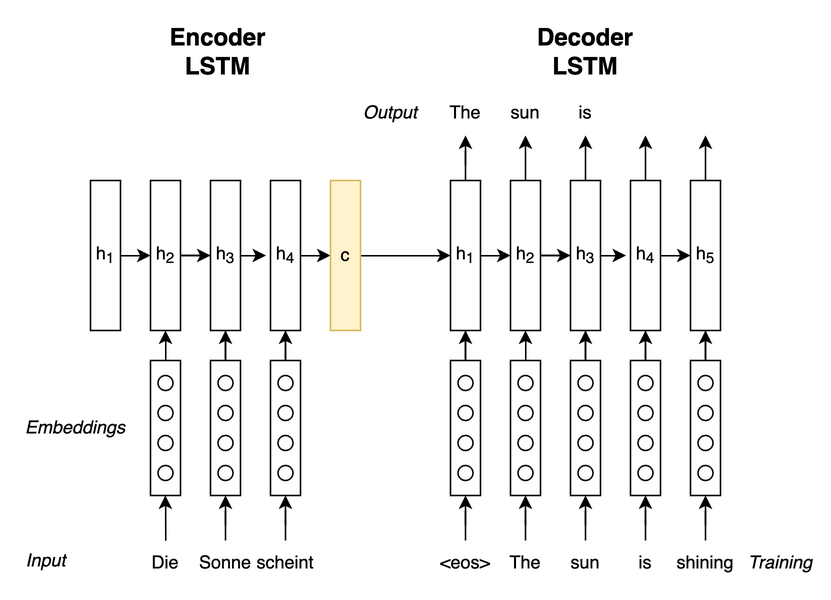
omseeth/omseeth.github.io keeps this draw.io diagram as assets/img/seq2seq_en.png. Above is the earlier version. Source tidied: cells renumbered, new cells last; positions are measured from the earlier drawing's top-left corner, leaving out a move shared by most shapes.
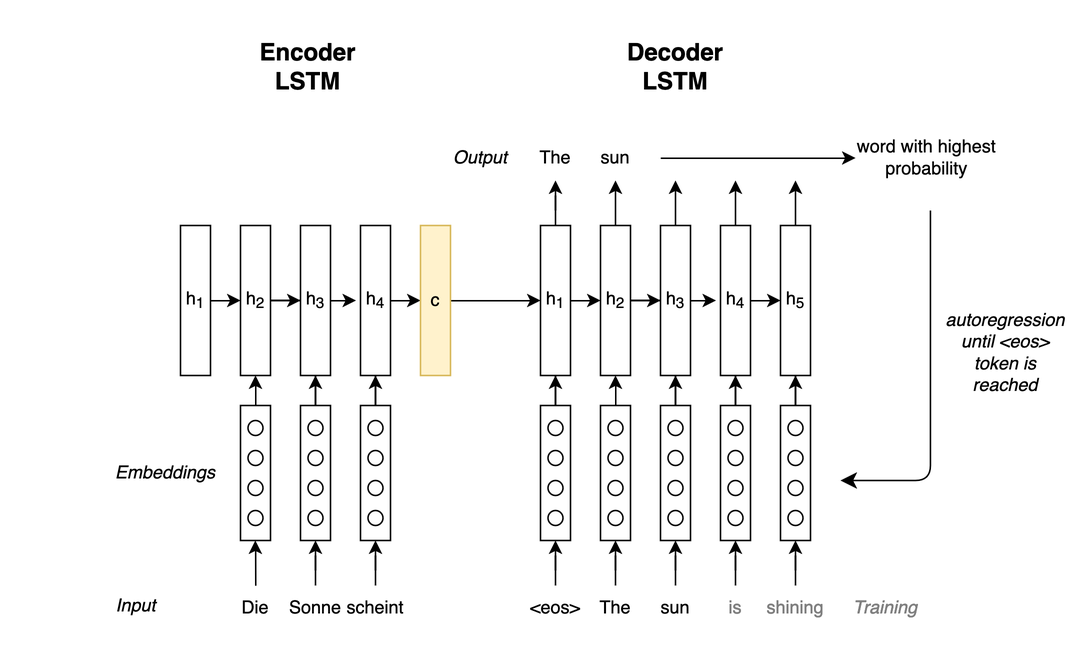
After the change.

The edit, as a diff of the source:
```diff
@@ -3,7 +3,7 @@
     <mxCell id="0" />
     <mxCell id="1" parent="0" />
     <mxCell id="2" style="rounded=0;whiteSpace=wrap;html=1;strokeColor=none;" parent="1" vertex="1">
-      <mxGeometry width="554" height="400" as="geometry" />
+      <mxGeometry x="-60" y="-30" width="720" height="430" as="geometry" />
     </mxCell>
     <mxCell id="3" style="edgeStyle=orthogonalEdgeStyle;rounded=0;jettySize=auto;html=1;entryX=0;entryY=0.5;entryDx=0;entryDy=0;" parent="1" edge="1" source="4" target="5">
       <mxGeometry relative="1" as="geometry" />
@@ -229,7 +229,7 @@
     <mxCell id="72" style="edgeStyle=orthogonalEdgeStyle;rounded=0;jettySize=auto;html=1;entryX=0.5;entryY=1;entryDx=0;entryDy=0;" parent="1" edge="1" source="73" target="63">
       <mxGeometry relative="1" as="geometry" />
     </mxCell>
-    <mxCell id="73" value="is" style="text;html=1;align=center;verticalAlign=middle;whiteSpace=wrap;rounded=0;" parent="1" vertex="1">
+    <mxCell id="73" value="&lt;font color=&quot;#808080&quot;&gt;is&lt;/font&gt;" style="text;html=1;align=center;verticalAlign=middle;whiteSpace=wrap;rounded=0;" parent="1" vertex="1">
       <mxGeometry x="400" y="360" width="60" height="30" as="geometry" />
     </mxCell>
     <mxCell id="74" style="edgeStyle=orthogonalEdgeStyle;rounded=0;jettySize=auto;html=1;" parent="1" edge="1" source="75" target="48">
@@ -271,7 +271,7 @@
     <mxCell id="86" style="edgeStyle=orthogonalEdgeStyle;rounded=0;jettySize=auto;html=1;entryX=0.5;entryY=1;entryDx=0;entryDy=0;" parent="1" edge="1" source="87" target="81">
       <mxGeometry relative="1" as="geometry" />
     </mxCell>
-    <mxCell id="87" value="shining" style="text;html=1;align=center;verticalAlign=middle;whiteSpace=wrap;rounded=0;" parent="1" vertex="1">
+    <mxCell id="87" value="&lt;font color=&quot;#808080&quot;&gt;shining&lt;/font&gt;" style="text;html=1;align=center;verticalAlign=middle;whiteSpace=wrap;rounded=0;" parent="1" vertex="1">
       <mxGeometry x="440" y="360" width="60" height="30" as="geometry" />
     </mxCell>
     <mxCell id="88" style="edgeStyle=orthogonalEdgeStyle;rounded=0;jettySize=auto;html=1;entryX=0.5;entryY=1;entryDx=0;entryDy=0;" parent="1" edge="1" source="89" target="75">
@@ -283,12 +283,12 @@
     <mxCell id="90" value="The" style="text;html=1;align=center;verticalAlign=middle;whiteSpace=wrap;rounded=0;" parent="1" vertex="1">
       <mxGeometry x="280" y="60" width="60" height="30" as="geometry" />
     </mxCell>
+    <mxCell id="100" style="edgeStyle=orthogonalEdgeStyle;rounded=0;jettySize=auto;html=1;exitX=1;exitY=0.5;exitDx=0;exitDy=0;" parent="1" edge="1" source="91" target="101">
+      <mxGeometry relative="1" as="geometry" />
+    </mxCell>
     <mxCell id="91" value="sun" style="text;html=1;align=center;verticalAlign=middle;whiteSpace=wrap;rounded=0;" parent="1" vertex="1">
       <mxGeometry x="320" y="60" width="60" height="30" as="geometry" />
     </mxCell>
-    <mxCell id="92" value="is" style="text;html=1;align=center;verticalAlign=middle;whiteSpace=wrap;rounded=0;" parent="1" vertex="1">
-      <mxGeometry x="360" y="60" width="60" height="30" as="geometry" />
-    </mxCell>
     <mxCell id="93" style="edgeStyle=orthogonalEdgeStyle;rounded=0;jettySize=auto;html=1;entryX=0.5;entryY=1;entryDx=0;entryDy=0;" parent="1" edge="1" source="35" target="26">
       <mxGeometry relative="1" as="geometry" />
     </mxCell>
@@ -296,10 +296,10 @@
       <mxGeometry x="20" y="270" width="60" height="30" as="geometry" />
     </mxCell>
     <mxCell id="95" value="&lt;font style=&quot;font-size: 16px;&quot;&gt;Encoder LSTM&lt;br&gt;&lt;/font&gt;" style="text;html=1;align=center;verticalAlign=middle;whiteSpace=wrap;rounded=0;fontStyle=1;" parent="1" vertex="1">
-      <mxGeometry x="115" y="20" width="60" height="30" as="geometry" />
+      <mxGeometry x="115" width="60" height="30" as="geometry" />
     </mxCell>
     <mxCell id="96" value="&lt;font style=&quot;font-size: 16px;&quot;&gt;Decoder LSTM&lt;br&gt;&lt;/font&gt;" style="text;html=1;align=center;verticalAlign=middle;whiteSpace=wrap;rounded=0;fontStyle=1;" parent="1" vertex="1">
-      <mxGeometry x="360" y="20" width="60" height="30" as="geometry" />
+      <mxGeometry x="360" width="60" height="30" as="geometry" />
     </mxCell>
     <mxCell id="97" value="&lt;i&gt;Input&lt;/i&gt;" style="text;whiteSpace=wrap;html=1;" parent="1" vertex="1">
       <mxGeometry x="15" y="360" width="55" height="40" as="geometry" />
@@ -307,8 +307,23 @@
     <mxCell id="98" value="Output" style="text;html=1;align=center;verticalAlign=middle;whiteSpace=wrap;rounded=0;fontStyle=2;" parent="1" vertex="1">
       <mxGeometry x="230" y="60" width="60" height="30" as="geometry" />
     </mxCell>
-    <mxCell id="99" value="&lt;i&gt;Training&lt;/i&gt;" style="text;html=1;align=center;verticalAlign=middle;whiteSpace=wrap;rounded=0;" parent="1" vertex="1">
-      <mxGeometry x="490" y="360" width="60" height="30" as="geometry" />
+    <mxCell id="99" value="&lt;font color=&quot;#808080&quot;&gt;&lt;i&gt;Training&lt;/i&gt;&lt;/font&gt;" style="text;html=1;align=center;verticalAlign=middle;whiteSpace=wrap;rounded=0;" parent="1" vertex="1">
+      <mxGeometry x="500" y="360" width="60" height="30" as="geometry" />
     </mxCell>
+    <mxCell id="101" value="word with highest probability" style="text;html=1;align=center;verticalAlign=middle;whiteSpace=wrap;rounded=0;" parent="1" vertex="1">
+      <mxGeometry x="510" y="60" width="95" height="30" as="geometry" />
+    </mxCell>
+    <mxCell id="102" style="edgeStyle=segmentEdgeStyle;endArrow=classic;html=1;curved=0;rounded=1;endSize=8;startSize=8;" parent="1" edge="1">
+      <mxGeometry relative="1" as="geometry">
+        <mxPoint x="560" y="110" as="sourcePoint" />
+        <mxPoint x="500" y="290" as="targetPoint" />
+        <Array as="points">
+          <mxPoint x="560" y="290" />
+        </Array>
+      </mxGeometry>
+    </mxCell>
+    <mxCell id="103" value="&lt;i&gt;autoregression until &amp;lt;eos&amp;gt; token is reached&lt;br&gt;&lt;/i&gt;" style="text;html=1;align=center;verticalAlign=middle;whiteSpace=wrap;rounded=0;" parent="1" vertex="1">
+      <mxGeometry x="570" y="190" width="80" height="30" as="geometry" />
+    </mxCell>
   </root>
 </mxGraphModel>
```
